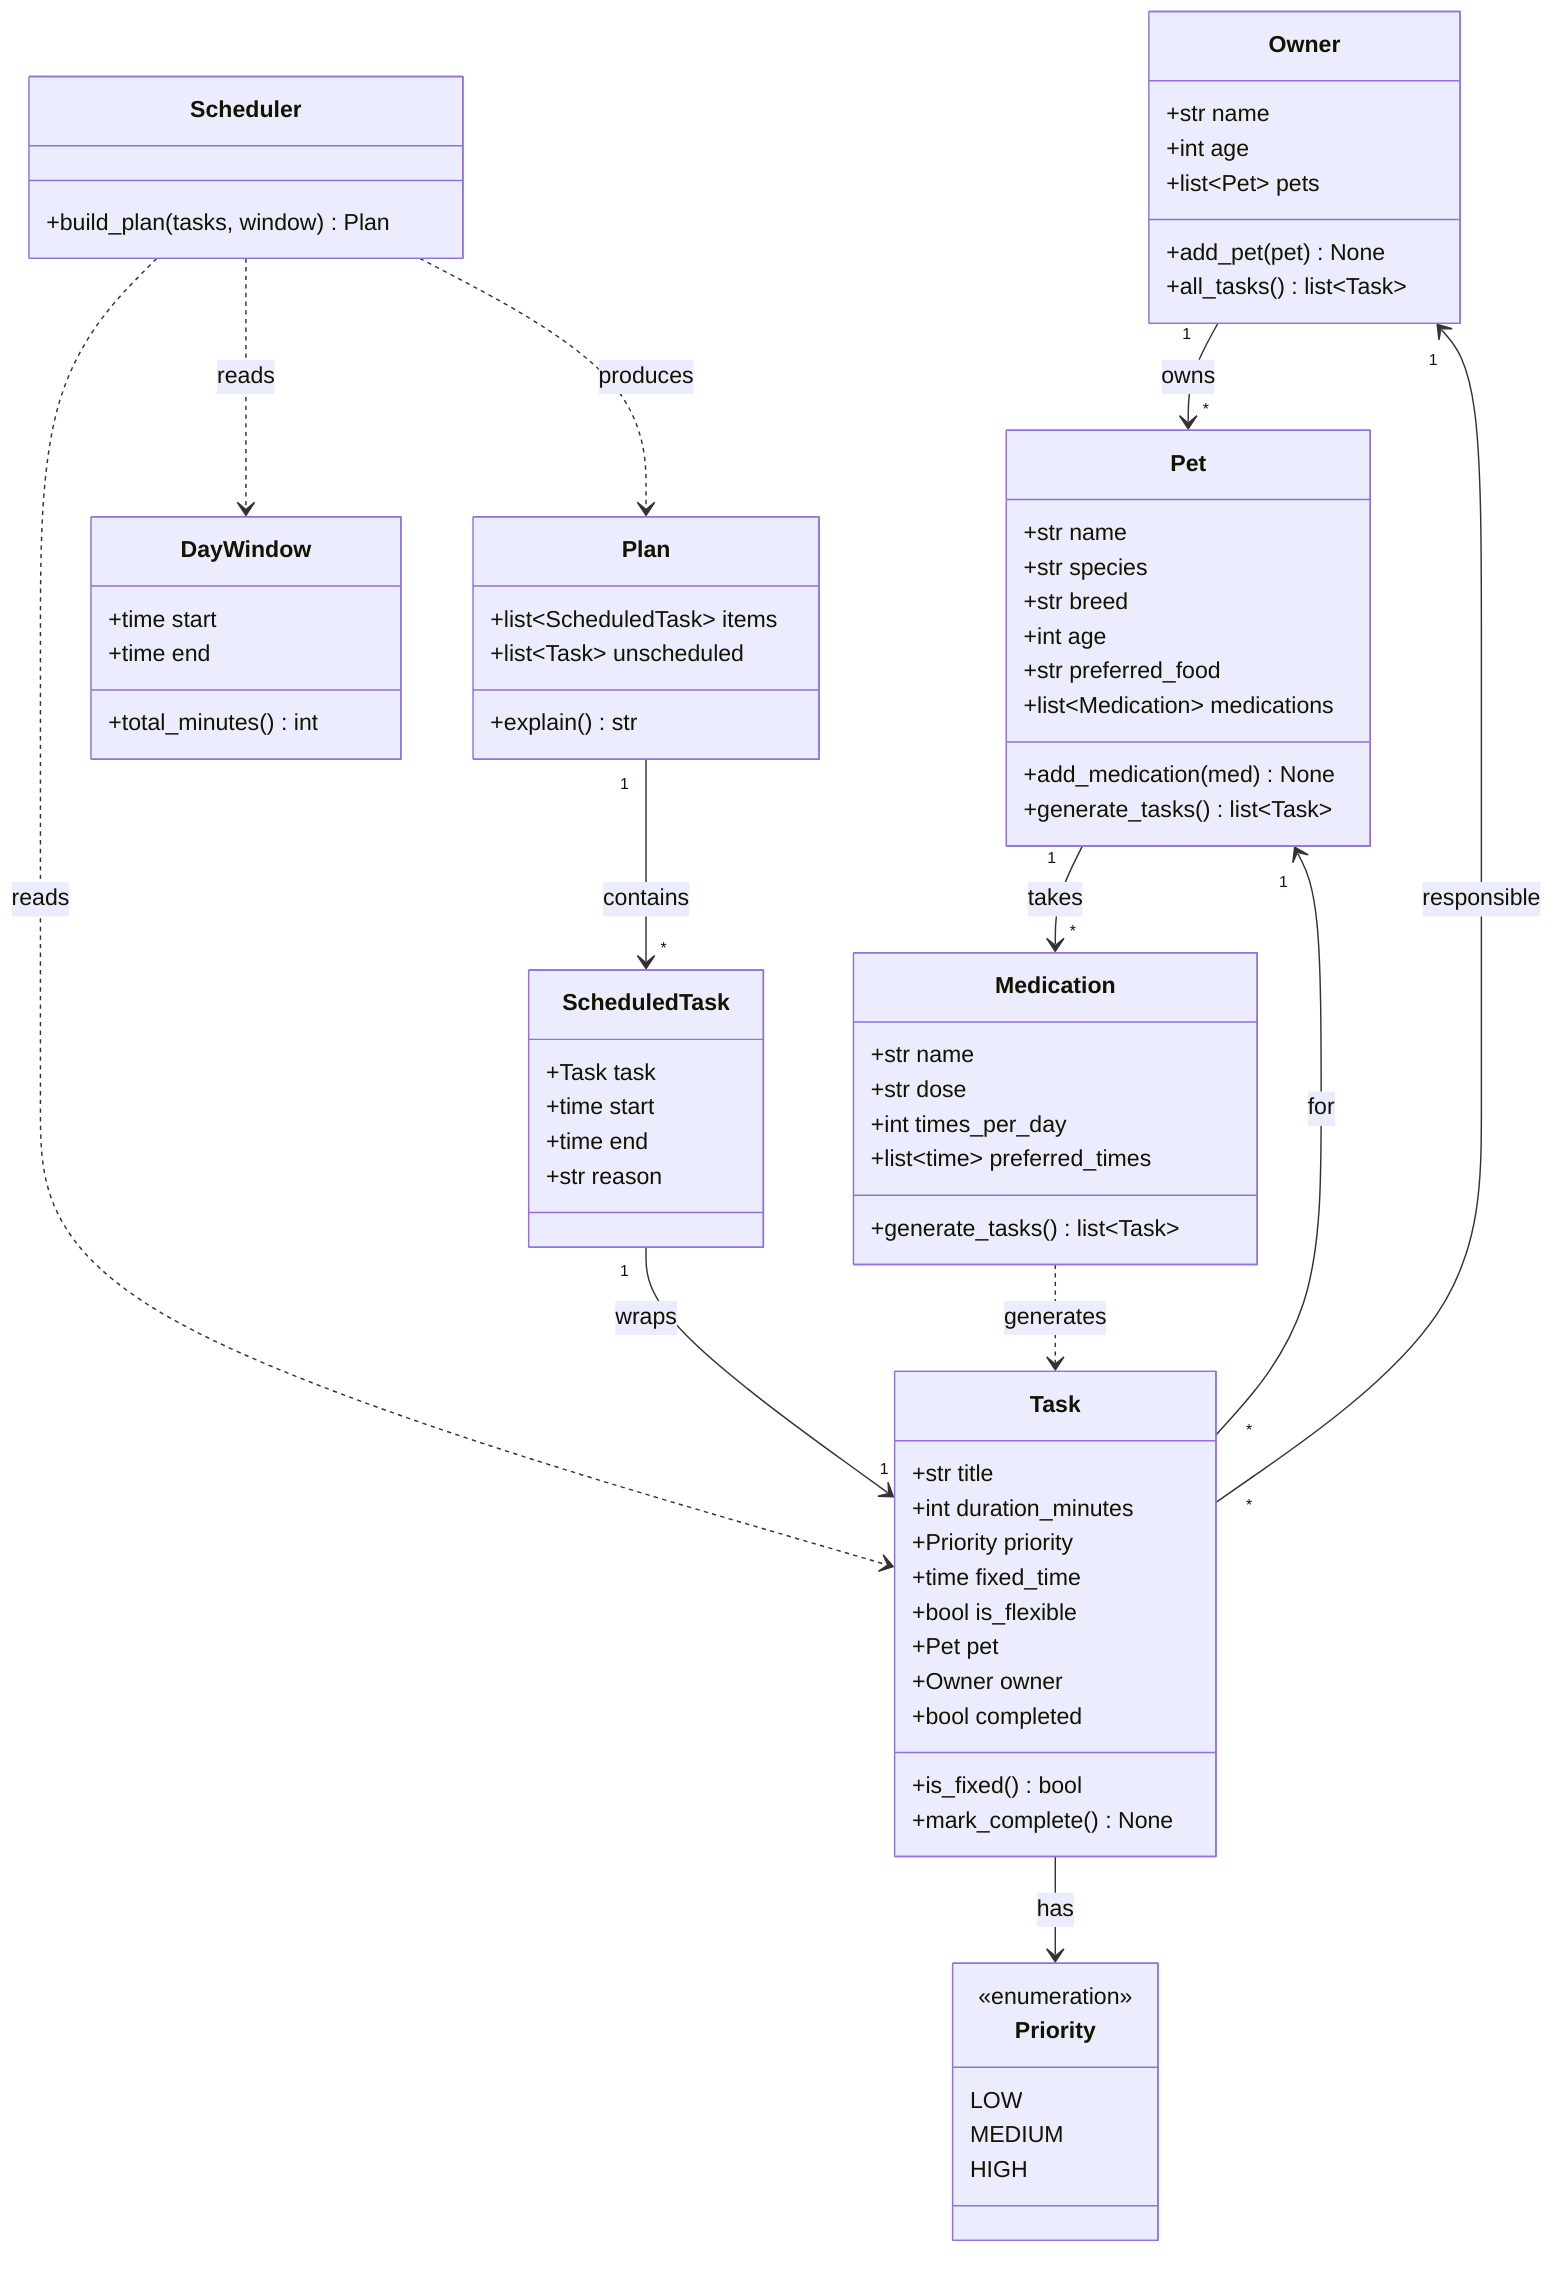
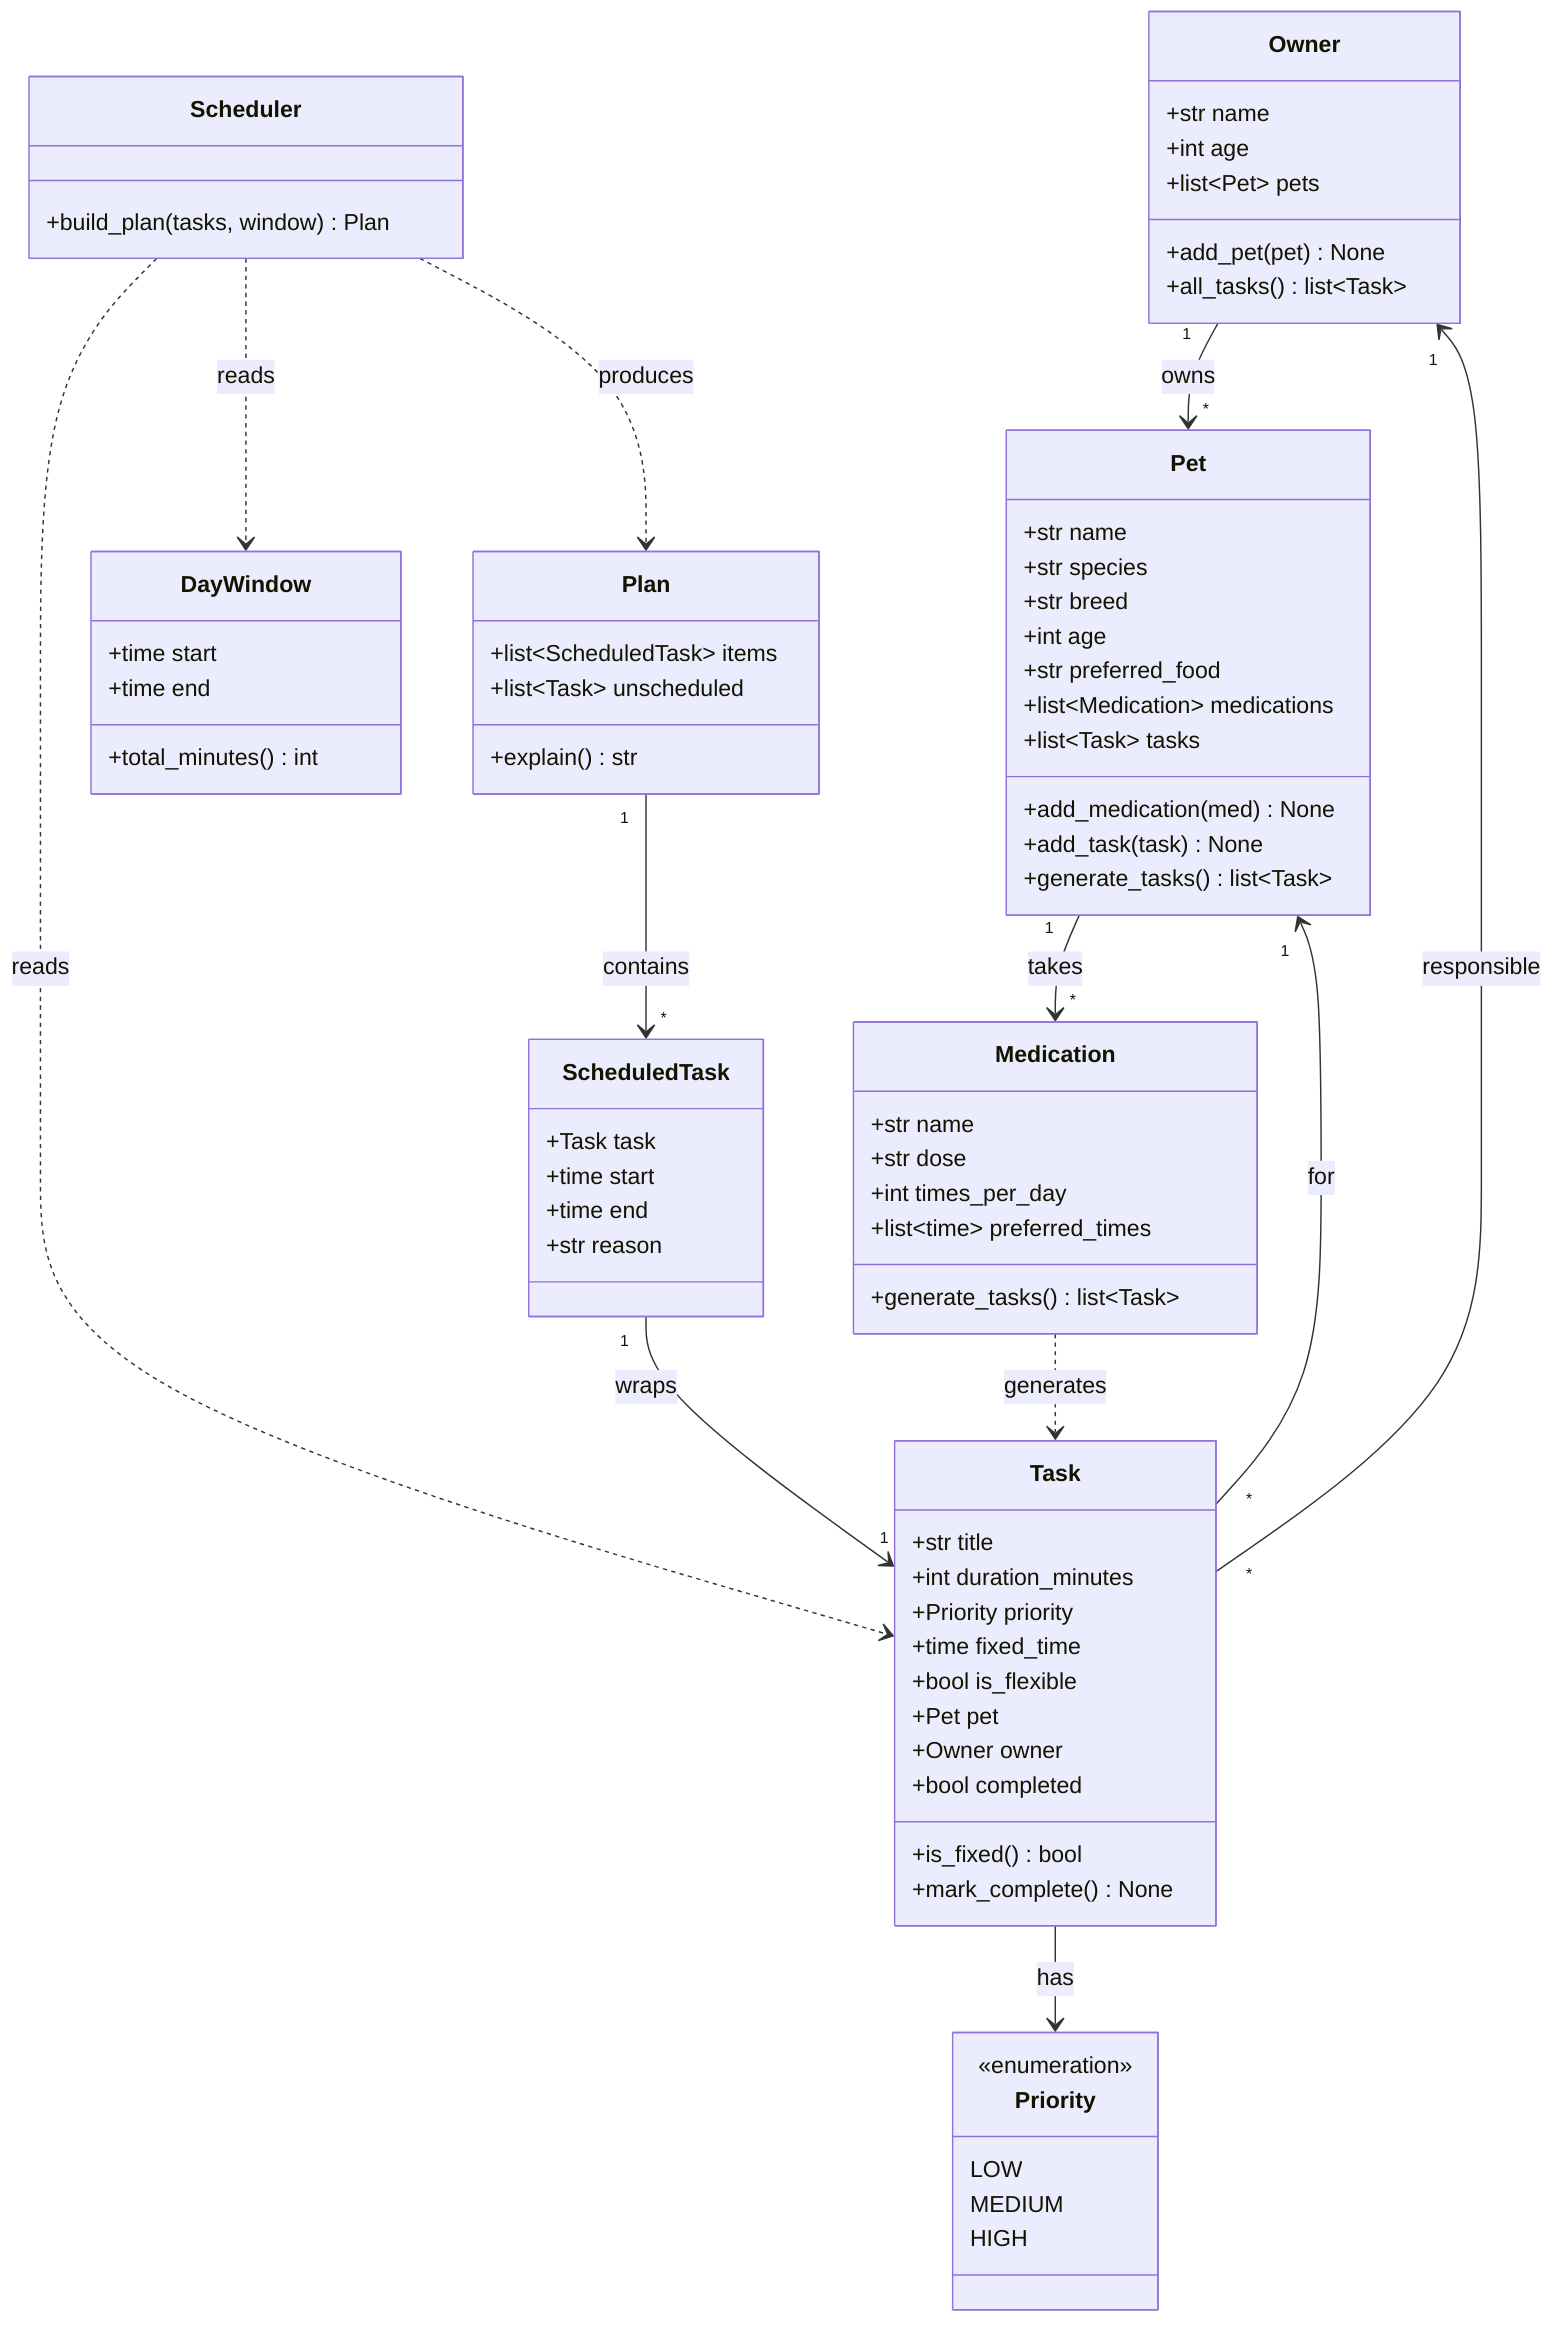
classDiagram
    %% PawPal+ domain model. Keep this in sync with the implementation.

    class Owner {
        +str name
        +int age
        +list~Pet~ pets
        +add_pet(pet) None
        +all_tasks() list~Task~
    }

    class Pet {
        +str name
        +str species
        +str breed
        +int age
        +str preferred_food
        +list~Medication~ medications
+         +list~Task~ tasks
        +add_medication(med) None
+         +add_task(task) None
        +generate_tasks() list~Task~
    }

    class Medication {
        +str name
        +str dose
        +int times_per_day
        +list~time~ preferred_times
        +generate_tasks() list~Task~
    }

    class Task {
        +str title
        +int duration_minutes
        +Priority priority
        +time fixed_time
        +bool is_flexible
        +Pet pet
        +Owner owner
        +bool completed
        +is_fixed() bool
        +mark_complete() None
    }

    class Priority {
        <<enumeration>>
        LOW
        MEDIUM
        HIGH
    }

    class DayWindow {
        +time start
        +time end
        +total_minutes() int
    }

    class Scheduler {
        +build_plan(tasks, window) Plan
    }

    class Plan {
        +list~ScheduledTask~ items
        +list~Task~ unscheduled
        +explain() str
    }

    class ScheduledTask {
        +Task task
        +time start
        +time end
        +str reason
    }

    Owner "1" --> "*" Pet : owns
    Pet "1" --> "*" Medication : takes
    Medication ..> Task : generates
    Task "*" --> "1" Pet : for
    Task "*" --> "1" Owner : responsible
    Task --> Priority : has
    Scheduler ..> Task : reads
    Scheduler ..> DayWindow : reads
    Scheduler ..> Plan : produces
    Plan "1" --> "*" ScheduledTask : contains
    ScheduledTask "1" --> "1" Task : wraps
